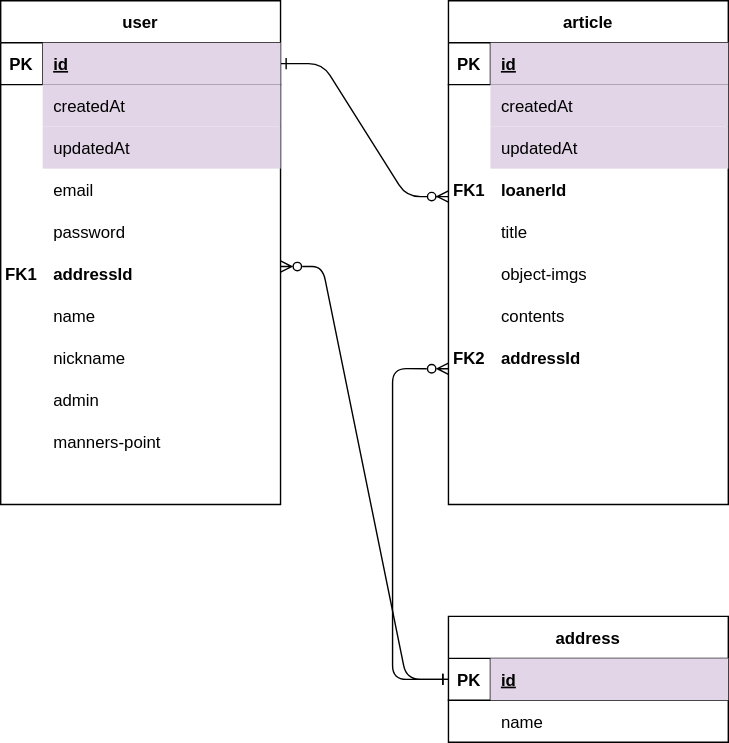
Above: docs/db/RentEase_ERD.drawio.svg in 1Dohyeon/RentEase (draw.io), before the change. Source tidied: cells renumbered, new cells last; positions are measured from the earlier drawing's top-left corner, leaving out a move shared by most shapes.
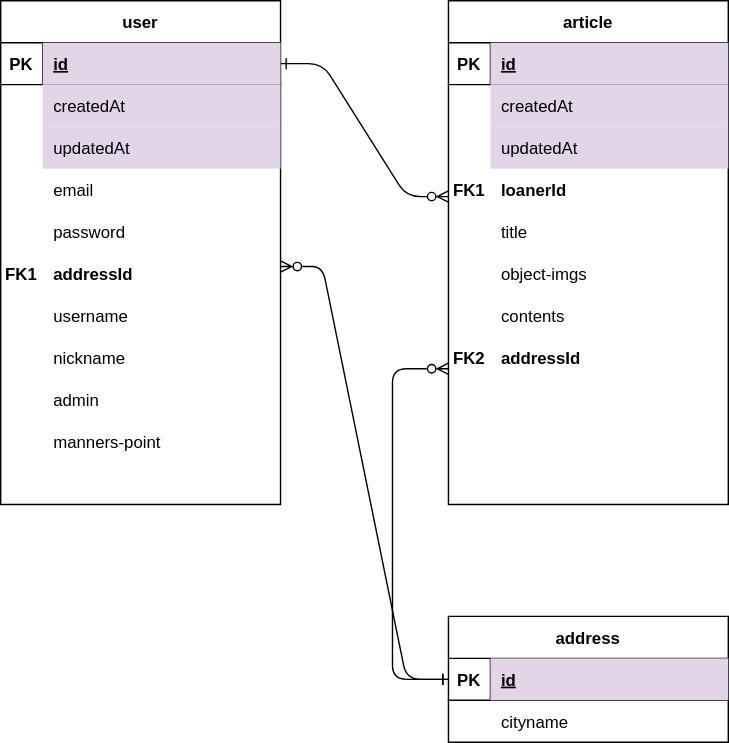
Later version of the same file.

Commit message:
docs : 스키마 컬럼 수정

Change to the diagram source:
```diff
@@ -34,7 +34,7 @@
     <mxCell id="10" value="id" style="shape=partialRectangle;overflow=hidden;fillColor=#e1d5e7;top=0;left=0;bottom=0;right=0;align=left;spacingLeft=6;fontStyle=5;strokeColor=#9673a6;" parent="8" vertex="1">
       <mxGeometry x="30" width="170" height="30" as="geometry" />
     </mxCell>
-    <mxCell id="11" value="name" style="shape=partialRectangle;overflow=hidden;fillColor=none;top=0;left=0;bottom=0;right=0;align=left;spacingLeft=6;fontStyle=0;strokeColor=default;" parent="1" vertex="1">
+    <mxCell id="11" value="username" style="shape=partialRectangle;overflow=hidden;fillColor=none;top=0;left=0;bottom=0;right=0;align=left;spacingLeft=6;fontStyle=0;strokeColor=default;" parent="1" vertex="1">
       <mxGeometry x="30" y="210" width="170" height="30" as="geometry" />
     </mxCell>
     <mxCell id="12" value="addressId" style="shape=partialRectangle;overflow=hidden;fillColor=none;top=0;left=0;bottom=0;right=0;align=left;spacingLeft=6;fontStyle=1;strokeColor=default;" parent="1" vertex="1">
@@ -121,7 +121,7 @@
         </Array>
       </mxGeometry>
     </mxCell>
-    <mxCell id="36" value="name" style="shape=partialRectangle;overflow=hidden;fillColor=none;top=0;left=0;bottom=0;right=0;align=left;spacingLeft=6;fontStyle=0;strokeColor=default;" parent="1" vertex="1">
+    <mxCell id="36" value="cityname" style="shape=partialRectangle;overflow=hidden;fillColor=none;top=0;left=0;bottom=0;right=0;align=left;spacingLeft=6;fontStyle=0;strokeColor=default;" parent="1" vertex="1">
       <mxGeometry x="350" y="500" width="170" height="30" as="geometry" />
     </mxCell>
   </root>
```
